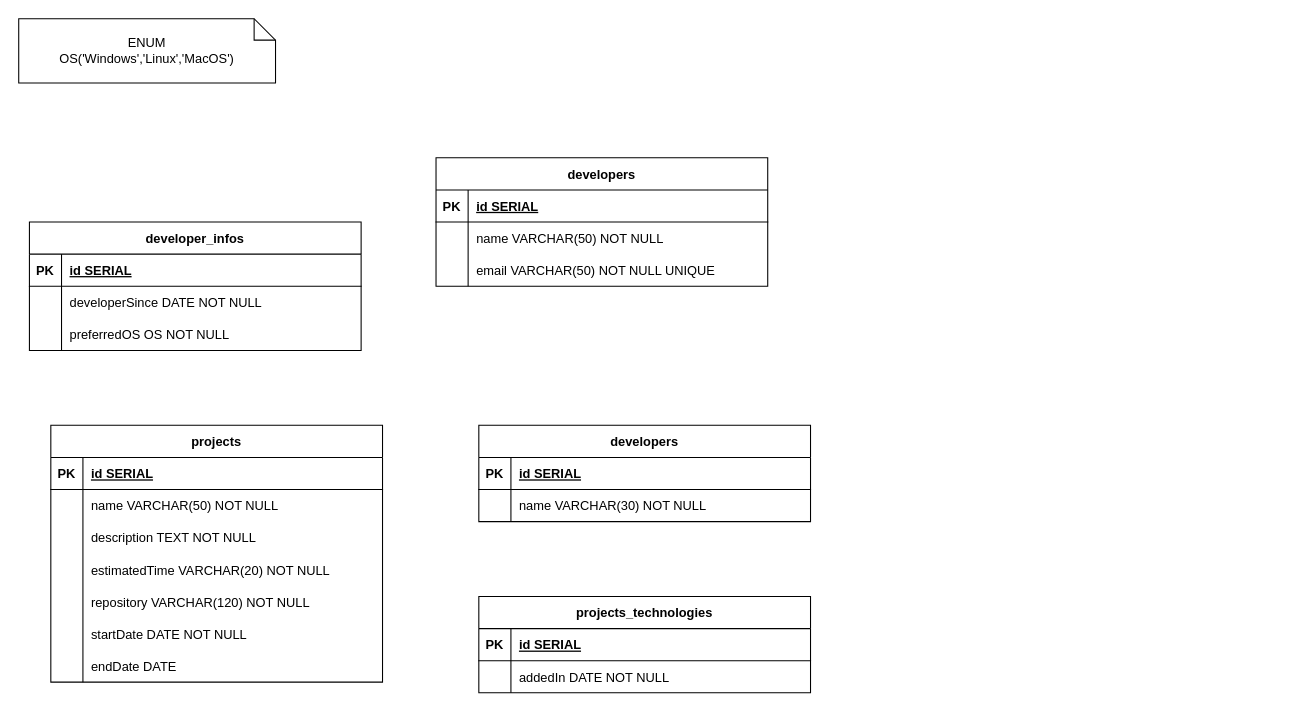
Earlier version of the draw.io diagram m4-sp3-desenvolvedores.drawio (glima-dev/m4-DER-general-repo). Source tidied: cells renumbered, new cells numbered last; positions are measured from the earlier drawing's top-left corner, leaving out a move shared by most shapes. Both pictures are drawn from the tidied source at 107%, with x=0, y=0 at pixel (18, 18).
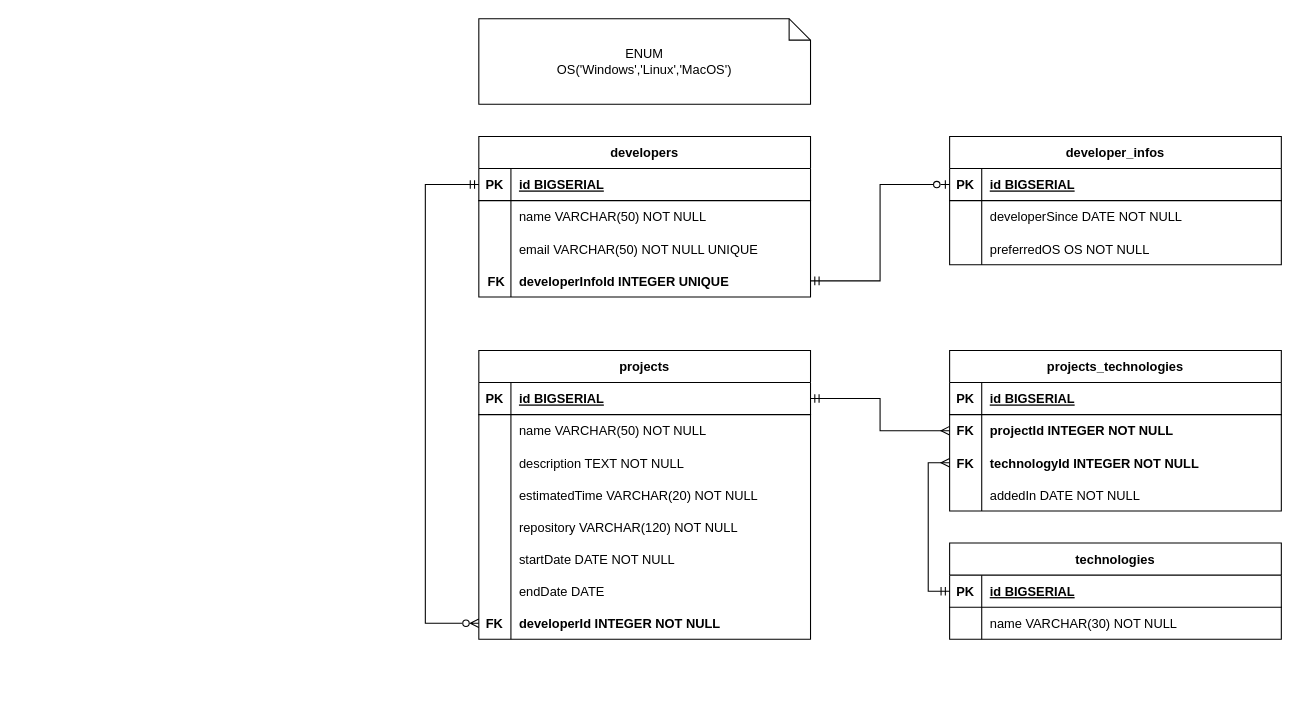
The same diagram, later.

The change refers to these unchanged cells:
```xml
<mxCell id="3" style="shape=tableRow;horizontal=0;startSize=0;swimlaneHead=0;swimlaneBody=0;fillColor=none;points=[[0,0.5],[1,0.5]];portConstraint=eastwest;top=0;left=0;right=0;bottom=1;" parent="2" vertex="1">
  <mxGeometry y="30" width="310" height="30" as="geometry" />
</mxCell>
<mxCell id="13" style="shape=tableRow;horizontal=0;startSize=0;swimlaneHead=0;swimlaneBody=0;fillColor=none;points=[[0,0.5],[1,0.5]];portConstraint=eastwest;top=0;left=0;right=0;bottom=1;" parent="12" vertex="1">
  <mxGeometry y="30" width="310" height="30" as="geometry" />
</mxCell>
<mxCell id="23" style="shape=tableRow;horizontal=0;startSize=0;swimlaneHead=0;swimlaneBody=0;fillColor=none;points=[[0,0.5],[1,0.5]];portConstraint=eastwest;top=0;left=0;right=0;bottom=1;" parent="22" vertex="1">
  <mxGeometry y="30" width="310" height="30" as="geometry" />
</mxCell>
<mxCell id="45" style="shape=tableRow;horizontal=0;startSize=0;swimlaneHead=0;swimlaneBody=0;fillColor=none;points=[[0,0.5],[1,0.5]];portConstraint=eastwest;top=0;left=0;right=0;bottom=1;" parent="44" vertex="1">
  <mxGeometry y="30" width="310" height="30" as="geometry" />
</mxCell>
<mxCell id="52" style="shape=tableRow;horizontal=0;startSize=0;swimlaneHead=0;swimlaneBody=0;fillColor=none;top=0;left=0;right=0;bottom=1;" parent="51" vertex="1">
  <mxGeometry y="30" width="310" height="30" as="geometry" />
</mxCell>
<mxCell id="55" style="shape=tableRow;horizontal=0;startSize=0;swimlaneHead=0;swimlaneBody=0;fillColor=none;points=[[0,0.5],[1,0.5]];portConstraint=eastwest;top=0;left=0;right=0;bottom=0;" parent="51" vertex="1">
  <mxGeometry y="60" width="310" height="30" as="geometry" />
</mxCell>
```

Change to the diagram source:
```diff
@@
     <mxCell id="2" value="developer_infos" style="shape=table;startSize=30;childLayout=tableLayout;rowLines=0;fontStyle=1;align=center;" parent="1" vertex="1">
-      <mxGeometry x="10" y="190" width="310" height="120" as="geometry" />
+      <mxGeometry x="870" y="110" width="310" height="120" as="geometry" />
     </mxCell>
@@
-    <mxCell id="5" value="id SERIAL" style="shape=partialRectangle;fillColor=none;top=0;left=0;bottom=0;right=0;align=left;spacingLeft=6;fontStyle=5;overflow=hidden;" parent="3" vertex="1">
+    <mxCell id="5" value="id BIGSERIAL" style="shape=partialRectangle;fillColor=none;top=0;left=0;bottom=0;right=0;align=left;spacingLeft=6;fontStyle=5;overflow=hidden;" parent="3" vertex="1">
       <mxGeometry x="30" width="280" height="30" as="geometry" />
     </mxCell>
@@
     <mxCell id="12" value="developers" style="shape=table;startSize=30;childLayout=tableLayout;rowLines=0;fontStyle=1;align=center;" parent="1" vertex="1">
-      <mxGeometry x="390" y="130" width="310" height="120" as="geometry" />
+      <mxGeometry x="430" y="110" width="310" height="150" as="geometry" />
     </mxCell>
@@
-    <mxCell id="15" value="id SERIAL" style="shape=partialRectangle;fillColor=none;top=0;left=0;bottom=0;right=0;align=left;spacingLeft=6;fontStyle=5;overflow=hidden;" parent="13" vertex="1">
+    <mxCell id="15" value="id BIGSERIAL" style="shape=partialRectangle;fillColor=none;top=0;left=0;bottom=0;right=0;align=left;spacingLeft=6;fontStyle=5;overflow=hidden;" parent="13" vertex="1">
       <mxGeometry x="30" width="280" height="30" as="geometry" />
     </mxCell>
@@
+    <mxCell id="59" style="shape=tableRow;horizontal=0;startSize=0;swimlaneHead=0;swimlaneBody=0;fillColor=none;points=[[0,0.5],[1,0.5]];portConstraint=eastwest;top=0;left=0;right=0;bottom=0;fontStyle=1;" parent="12" vertex="1">
+      <mxGeometry y="120" width="310" height="30" as="geometry" />
+    </mxCell>
+    <mxCell id="60" value=" FK" style="shape=partialRectangle;fillColor=none;top=0;left=0;bottom=0;right=0;overflow=hidden;fontStyle=1;" parent="59" vertex="1">
+      <mxGeometry width="30" height="30" as="geometry" />
+    </mxCell>
+    <mxCell id="61" value="developerInfoId INTEGER UNIQUE" style="shape=partialRectangle;fillColor=none;top=0;left=0;bottom=0;right=0;align=left;spacingLeft=6;overflow=hidden;fontStyle=1;" parent="59" vertex="1">
+      <mxGeometry x="30" width="280" height="30" as="geometry" />
+    </mxCell>
     <mxCell id="22" value="projects" style="shape=table;startSize=30;childLayout=tableLayout;rowLines=0;fontStyle=1;align=center;" parent="1" vertex="1">
-      <mxGeometry x="30" y="380" width="310" height="240" as="geometry" />
+      <mxGeometry x="430" y="310" width="310" height="270" as="geometry" />
     </mxCell>
@@
-    <mxCell id="25" value="id SERIAL" style="shape=partialRectangle;fillColor=none;top=0;left=0;bottom=0;right=0;align=left;spacingLeft=6;fontStyle=5;overflow=hidden;" parent="23" vertex="1">
+    <mxCell id="25" value="id BIGSERIAL" style="shape=partialRectangle;fillColor=none;top=0;left=0;bottom=0;right=0;align=left;spacingLeft=6;fontStyle=5;overflow=hidden;" parent="23" vertex="1">
       <mxGeometry x="30" width="280" height="30" as="geometry" />
     </mxCell>
@@
+    <mxCell id="62" style="shape=tableRow;horizontal=0;startSize=0;swimlaneHead=0;swimlaneBody=0;fillColor=none;points=[[0,0.5],[1,0.5]];portConstraint=eastwest;top=0;left=0;right=0;bottom=0;" parent="22" vertex="1">
+      <mxGeometry y="240" width="310" height="30" as="geometry" />
+    </mxCell>
+    <mxCell id="63" value="FK" style="shape=partialRectangle;fillColor=none;top=0;left=0;bottom=0;right=0;overflow=hidden;fontStyle=1;" parent="62" vertex="1">
+      <mxGeometry width="30" height="30" as="geometry" />
+    </mxCell>
+    <mxCell id="64" value="developerId INTEGER NOT NULL" style="shape=partialRectangle;fillColor=none;top=0;left=0;bottom=0;right=0;align=left;spacingLeft=6;overflow=hidden;fontStyle=1;" parent="62" vertex="1">
+      <mxGeometry x="30" width="280" height="30" as="geometry" />
+    </mxCell>
-    <mxCell id="44" value="developers" style="shape=table;startSize=30;childLayout=tableLayout;rowLines=0;fontStyle=1;align=center;" parent="1" vertex="1">
-      <mxGeometry x="430" y="380" width="310" height="90" as="geometry" />
+    <mxCell id="44" value="technologies" style="shape=table;startSize=30;childLayout=tableLayout;rowLines=0;fontStyle=1;align=center;" parent="1" vertex="1">
+      <mxGeometry x="870" y="490" width="310" height="90" as="geometry" />
     </mxCell>
@@
-    <mxCell id="47" value="id SERIAL" style="shape=partialRectangle;fillColor=none;top=0;left=0;bottom=0;right=0;align=left;spacingLeft=6;fontStyle=5;overflow=hidden;" parent="45" vertex="1">
+    <mxCell id="47" value="id BIGSERIAL" style="shape=partialRectangle;fillColor=none;top=0;left=0;bottom=0;right=0;align=left;spacingLeft=6;fontStyle=5;overflow=hidden;" parent="45" vertex="1">
       <mxGeometry x="30" width="280" height="30" as="geometry" />
     </mxCell>
@@
     <mxCell id="51" value="projects_technologies" style="shape=table;startSize=30;childLayout=tableLayout;rowLines=0;fontStyle=1;align=center;" parent="1" vertex="1">
-      <mxGeometry x="430" y="540" width="310" height="90" as="geometry" />
+      <mxGeometry x="870" y="310" width="310" height="150" as="geometry" />
     </mxCell>
@@
-    <mxCell id="54" value="id SERIAL" style="shape=partialRectangle;fillColor=none;top=0;left=0;bottom=0;right=0;align=left;spacingLeft=6;fontStyle=5;overflow=hidden;" parent="52" vertex="1">
+    <mxCell id="54" value="id BIGSERIAL" style="shape=partialRectangle;fillColor=none;top=0;left=0;bottom=0;right=0;align=left;spacingLeft=6;fontStyle=5;overflow=hidden;" parent="52" vertex="1">
       <mxGeometry x="30" width="280" height="30" as="geometry" />
     </mxCell>
@@
-    <mxCell id="56" style="shape=partialRectangle;fillColor=none;top=0;left=0;bottom=0;right=0;overflow=hidden;" parent="55" vertex="1">
+    <mxCell id="56" value="FK" style="shape=partialRectangle;fillColor=none;top=0;left=0;bottom=0;right=0;overflow=hidden;fontStyle=1;" parent="55" vertex="1">
       <mxGeometry width="30" height="30" as="geometry" />
     </mxCell>
-    <mxCell id="57" value="addedIn DATE NOT NULL" style="shape=partialRectangle;fillColor=none;top=0;left=0;bottom=0;right=0;align=left;spacingLeft=6;overflow=hidden;" parent="55" vertex="1">
+    <mxCell id="57" value="projectId INTEGER NOT NULL" style="shape=partialRectangle;fillColor=none;top=0;left=0;bottom=0;right=0;align=left;spacingLeft=6;overflow=hidden;fontStyle=1;" parent="55" vertex="1">
       <mxGeometry x="30" width="280" height="30" as="geometry" />
     </mxCell>
+    <mxCell id="65" style="shape=tableRow;horizontal=0;startSize=0;swimlaneHead=0;swimlaneBody=0;fillColor=none;points=[[0,0.5],[1,0.5]];portConstraint=eastwest;top=0;left=0;right=0;bottom=0;" parent="51" vertex="1">
+      <mxGeometry y="90" width="310" height="30" as="geometry" />
+    </mxCell>
+    <mxCell id="66" value="FK" style="shape=partialRectangle;fillColor=none;top=0;left=0;bottom=0;right=0;overflow=hidden;fontStyle=1;" parent="65" vertex="1">
+      <mxGeometry width="30" height="30" as="geometry" />
+    </mxCell>
+    <mxCell id="67" value="technologyId INTEGER NOT NULL" style="shape=partialRectangle;fillColor=none;top=0;left=0;bottom=0;right=0;align=left;spacingLeft=6;overflow=hidden;fontStyle=1;" parent="65" vertex="1">
+      <mxGeometry x="30" width="280" height="30" as="geometry" />
+    </mxCell>
+    <mxCell id="68" style="shape=tableRow;horizontal=0;startSize=0;swimlaneHead=0;swimlaneBody=0;fillColor=none;top=0;left=0;right=0;bottom=0;" parent="51" vertex="1">
+      <mxGeometry y="120" width="310" height="30" as="geometry" />
+    </mxCell>
+    <mxCell id="69" style="shape=partialRectangle;fillColor=none;top=0;left=0;bottom=0;right=0;overflow=hidden;" parent="68" vertex="1">
+      <mxGeometry width="30" height="30" as="geometry" />
+    </mxCell>
+    <mxCell id="70" value="addedIn DATE NOT NULL" style="shape=partialRectangle;fillColor=none;top=0;left=0;bottom=0;right=0;align=left;spacingLeft=6;overflow=hidden;" parent="68" vertex="1">
+      <mxGeometry x="30" width="280" height="30" as="geometry" />
+    </mxCell>
     <mxCell id="58" value="ENUM&lt;br&gt;OS('Windows','Linux','MacOS')" style="shape=note;size=20;whiteSpace=wrap;html=1;strokeWidth=1;" parent="1" vertex="1">
-      <mxGeometry width="240" height="60" as="geometry" />
+      <mxGeometry x="430" width="310" height="80" as="geometry" />
     </mxCell>
+    <mxCell id="71" style="edgeStyle=orthogonalEdgeStyle;rounded=0;sketch=0;jettySize=auto;html=1;exitX=0;exitY=0.5;exitDx=0;exitDy=0;strokeColor=default;startArrow=ERzeroToMany;startFill=0;endArrow=ERmandOne;endFill=0;entryX=0;entryY=0.5;entryDx=0;entryDy=0;" parent="1" edge="1" source="62" target="13">
+      <mxGeometry relative="1" as="geometry">
+        <Array as="points">
+          <mxPoint x="380" y="565" />
+          <mxPoint x="380" y="155" />
+        </Array>
+      </mxGeometry>
+    </mxCell>
+    <mxCell id="72" style="edgeStyle=orthogonalEdgeStyle;rounded=0;sketch=0;jettySize=auto;html=1;exitX=0;exitY=0.5;exitDx=0;exitDy=0;strokeColor=default;startArrow=ERzeroToOne;startFill=0;endArrow=ERmandOne;endFill=0;entryX=1;entryY=0.5;entryDx=0;entryDy=0;" parent="1" edge="1" source="3" target="59">
+      <mxGeometry relative="1" as="geometry" />
+    </mxCell>
+    <mxCell id="73" style="edgeStyle=orthogonalEdgeStyle;rounded=0;sketch=0;jettySize=auto;html=1;exitX=0;exitY=0.5;exitDx=0;exitDy=0;entryX=0;entryY=0.5;entryDx=0;entryDy=0;strokeColor=default;startArrow=ERmany;startFill=0;endArrow=ERmandOne;endFill=0;" parent="1" edge="1" source="65" target="45">
+      <mxGeometry relative="1" as="geometry" />
+    </mxCell>
+    <mxCell id="74" style="edgeStyle=orthogonalEdgeStyle;rounded=0;sketch=0;jettySize=auto;html=1;exitX=1;exitY=0.5;exitDx=0;exitDy=0;entryX=0;entryY=0.5;entryDx=0;entryDy=0;strokeColor=default;startArrow=ERmandOne;startFill=0;endArrow=ERmany;endFill=0;" parent="1" edge="1" source="23" target="55">
+      <mxGeometry relative="1" as="geometry" />
+    </mxCell>
```
